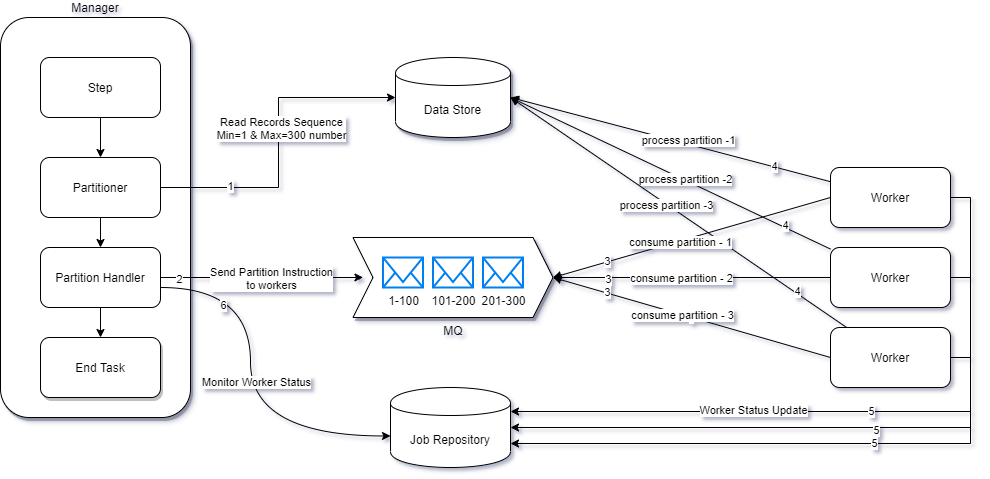
selva-dharmaraj/draw keeps this draw.io diagram as spring-batch-parallel-processing.png. Above is the earlier version. Source tidied: cells renumbered, new cells last; positions are measured from the earlier drawing's top-left corner, leaving out a move shared by most shapes.
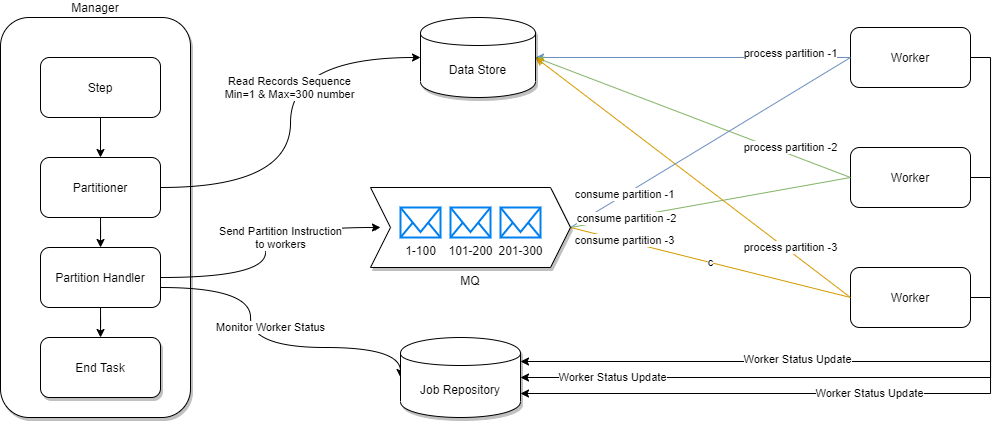
The same file after the commit.

Change to the diagram source:
```diff
@@ -2,180 +2,148 @@
   <root>
     <mxCell id="0" />
     <mxCell id="1" parent="0" />
-    <mxCell id="2" value="Manager" style="rounded=1;whiteSpace=wrap;html=1;shadow=1;labelPosition=center;verticalLabelPosition=top;align=center;verticalAlign=bottom;" parent="1" vertex="1">
+    <mxCell id="2" value="Manager" style="rounded=1;whiteSpace=wrap;html=1;shadow=1;labelPosition=center;verticalLabelPosition=top;align=center;verticalAlign=bottom;labelBorderColor=none;" parent="1" vertex="1">
       <mxGeometry width="190" height="400" as="geometry" />
     </mxCell>
-    <mxCell id="3" style="rounded=0;comic=0;jettySize=auto;html=1;entryX=1;entryY=0.3;entryDx=0;entryDy=0;exitX=1;exitY=0.5;exitDx=0;exitDy=0;edgeStyle=orthogonalEdgeStyle;" parent="1" edge="1" source="9" target="46">
+    <mxCell id="3" style="rounded=0;comic=0;jettySize=auto;html=1;entryX=1;entryY=0.3;entryDx=0;entryDy=0;exitX=1;exitY=0.5;exitDx=0;exitDy=0;edgeStyle=orthogonalEdgeStyle;labelBorderColor=none;" parent="1" edge="1" source="9" target="46">
       <mxGeometry relative="1" as="geometry" />
     </mxCell>
-    <mxCell id="4" value="Worker Status Update" style="edgeLabel;html=1;align=center;verticalAlign=middle;" parent="3" vertex="1">
+    <mxCell id="4" value="Worker Status Update" style="edgeLabel;html=1;align=center;verticalAlign=middle;labelBorderColor=none;" parent="3" vertex="1">
       <mxGeometry x="0.3" y="-2" relative="1" as="geometry" />
     </mxCell>
-    <mxCell id="5" value="5" style="edgeLabel;html=1;align=center;verticalAlign=middle;" parent="3" vertex="1">
-      <mxGeometry x="-0.04" y="-1" relative="1" as="geometry" />
-    </mxCell>
-    <mxCell id="6" style="edgeStyle=none;rounded=0;comic=0;jettySize=auto;html=1;entryX=1;entryY=0.5;entryDx=0;entryDy=0;startArrow=none;startFill=0;endArrow=classic;endFill=1;" parent="1" edge="1" source="9" target="48">
+    <mxCell id="6" style="edgeStyle=none;rounded=0;comic=0;jettySize=auto;html=1;entryX=1;entryY=0.5;entryDx=0;entryDy=0;startArrow=none;startFill=0;endArrow=classic;endFill=1;fillColor=#dae8fc;strokeColor=#6c8ebf;labelBorderColor=none;" parent="1" edge="1" source="9" target="48">
       <mxGeometry relative="1" as="geometry" />
     </mxCell>
-    <mxCell id="7" value="process partition -1" style="edgeLabel;html=1;align=center;verticalAlign=middle;" parent="6" vertex="1">
-      <mxGeometry x="-0.11" y="-4" relative="1" as="geometry" />
+    <mxCell id="7" value="process partition -1" style="edgeLabel;html=1;align=center;verticalAlign=middle;labelBorderColor=none;" parent="6" vertex="1">
+      <mxGeometry x="-0.11" y="-4" relative="1" as="geometry">
+        <mxPoint x="80.6" as="offset" />
+      </mxGeometry>
     </mxCell>
-    <mxCell id="8" value="4" style="edgeLabel;html=1;align=center;verticalAlign=middle;" parent="6" vertex="1">
-      <mxGeometry x="-0.64" y="-1" relative="1" as="geometry" />
-    </mxCell>
-    <mxCell id="9" value="Worker" style="rounded=1;whiteSpace=wrap;html=1;" parent="1" vertex="1">
-      <mxGeometry x="830" y="150" width="120" height="60" as="geometry" />
+    <mxCell id="9" value="Worker" style="rounded=1;whiteSpace=wrap;html=1;labelBorderColor=none;" parent="1" vertex="1">
+      <mxGeometry x="850" y="10" width="120" height="60" as="geometry" />
     </mxCell>
-    <mxCell id="10" style="rounded=0;comic=0;jettySize=auto;html=1;entryX=1;entryY=0.7;entryDx=0;entryDy=0;exitX=1;exitY=0.5;exitDx=0;exitDy=0;edgeStyle=orthogonalEdgeStyle;" parent="1" edge="1" source="15" target="46">
+    <mxCell id="10" style="rounded=0;comic=0;jettySize=auto;html=1;entryX=1;entryY=0.7;entryDx=0;entryDy=0;exitX=1;exitY=0.5;exitDx=0;exitDy=0;edgeStyle=orthogonalEdgeStyle;labelBorderColor=none;" parent="1" edge="1" source="15" target="46">
       <mxGeometry relative="1" as="geometry" />
     </mxCell>
-    <mxCell id="11" value="5" style="edgeLabel;html=1;align=center;verticalAlign=middle;" parent="10" vertex="1">
-      <mxGeometry x="-0.12" y="-1" relative="1" as="geometry" />
-    </mxCell>
+    <mxCell id="53" value="Worker Status Update" style="edgeLabel;html=1;align=center;verticalAlign=middle;labelBorderColor=none;" parent="10" vertex="1">
+      <mxGeometry x="0.01" relative="1" as="geometry" />
+    </mxCell>
-    <mxCell id="12" style="edgeStyle=none;rounded=0;comic=0;jettySize=auto;html=1;entryX=1;entryY=0.5;entryDx=0;entryDy=0;startArrow=none;startFill=0;endArrow=classic;endFill=1;" parent="1" edge="1" source="15" target="48">
+    <mxCell id="12" style="edgeStyle=none;rounded=0;comic=0;jettySize=auto;html=1;entryX=1;entryY=0.5;entryDx=0;entryDy=0;startArrow=none;startFill=0;endArrow=classic;endFill=1;exitX=0;exitY=0.5;exitDx=0;exitDy=0;fillColor=#d5e8d4;strokeColor=#82b366;labelBorderColor=none;" parent="1" edge="1" source="15" target="48">
       <mxGeometry relative="1" as="geometry" />
     </mxCell>
-    <mxCell id="13" value="process partition -2" style="edgeLabel;html=1;align=center;verticalAlign=middle;" parent="12" vertex="1">
-      <mxGeometry x="-0.09" y="-1" relative="1" as="geometry" />
+    <mxCell id="13" value="process partition -2" style="edgeLabel;html=1;align=center;verticalAlign=middle;labelBorderColor=none;" parent="12" vertex="1">
+      <mxGeometry x="-0.09" y="-1" relative="1" as="geometry">
+        <mxPoint x="82.8" y="25.4" as="offset" />
+      </mxGeometry>
     </mxCell>
-    <mxCell id="14" value="4" style="edgeLabel;html=1;align=center;verticalAlign=middle;" parent="12" vertex="1">
-      <mxGeometry x="-0.71" y="-2" relative="1" as="geometry" />
-    </mxCell>
-    <mxCell id="15" value="Worker" style="rounded=1;whiteSpace=wrap;html=1;" parent="1" vertex="1">
-      <mxGeometry x="830" y="230" width="120" height="60" as="geometry" />
+    <mxCell id="15" value="Worker" style="rounded=1;whiteSpace=wrap;html=1;labelBorderColor=none;" parent="1" vertex="1">
+      <mxGeometry x="850" y="130" width="120" height="60" as="geometry" />
     </mxCell>
-    <mxCell id="16" style="rounded=0;comic=0;jettySize=auto;html=1;entryX=1;entryY=0.5;entryDx=0;entryDy=0;exitX=1;exitY=0.5;exitDx=0;exitDy=0;elbow=vertical;edgeStyle=orthogonalEdgeStyle;" parent="1" edge="1" source="21" target="46">
+    <mxCell id="16" style="rounded=0;comic=0;jettySize=auto;html=1;entryX=1;entryY=0.5;entryDx=0;entryDy=0;exitX=1;exitY=0.5;exitDx=0;exitDy=0;elbow=vertical;edgeStyle=orthogonalEdgeStyle;labelBorderColor=none;" parent="1" edge="1" source="21" target="46">
       <mxGeometry relative="1" as="geometry" />
     </mxCell>
-    <mxCell id="17" value="5" style="edgeLabel;html=1;align=center;verticalAlign=middle;" parent="16" vertex="1">
-      <mxGeometry x="-0.33" y="2" relative="1" as="geometry" />
-    </mxCell>
+    <mxCell id="54" value="Worker Status Update" style="edgeLabel;html=1;align=center;verticalAlign=middle;labelBorderColor=none;" parent="16" vertex="1">
+      <mxGeometry x="0.68" relative="1" as="geometry" />
+    </mxCell>
-    <mxCell id="18" style="edgeStyle=none;rounded=0;comic=0;jettySize=auto;html=1;entryX=1;entryY=0.5;entryDx=0;entryDy=0;startArrow=none;startFill=0;endArrow=classic;endFill=1;" parent="1" edge="1" source="21" target="48">
+    <mxCell id="18" style="edgeStyle=none;rounded=0;comic=0;jettySize=auto;html=1;entryX=1;entryY=0.5;entryDx=0;entryDy=0;startArrow=none;startFill=0;endArrow=classic;endFill=1;exitX=0;exitY=0.5;exitDx=0;exitDy=0;fillColor=#ffe6cc;strokeColor=#d79b00;labelBorderColor=none;" parent="1" edge="1" source="21" target="48">
       <mxGeometry relative="1" as="geometry" />
     </mxCell>
-    <mxCell id="19" value="process partition -3" style="edgeLabel;html=1;align=center;verticalAlign=middle;" parent="18" vertex="1">
+    <mxCell id="19" value="process partition -3" style="edgeLabel;html=1;align=center;verticalAlign=middle;labelBorderColor=none;" parent="18" vertex="1">
       <mxGeometry x="0.07" y="2" relative="1" as="geometry">
-        <mxPoint y="-1" as="offset" />
+        <mxPoint x="109.8" y="76.9" as="offset" />
       </mxGeometry>
     </mxCell>
-    <mxCell id="20" value="4" style="edgeLabel;html=1;align=center;verticalAlign=middle;" parent="18" vertex="1">
-      <mxGeometry x="-0.7" y="-2" relative="1" as="geometry" />
-    </mxCell>
-    <mxCell id="21" value="Worker" style="rounded=1;whiteSpace=wrap;html=1;" parent="1" vertex="1">
-      <mxGeometry x="830" y="310" width="120" height="60" as="geometry" />
+    <mxCell id="21" value="Worker" style="rounded=1;whiteSpace=wrap;html=1;labelBorderColor=none;" parent="1" vertex="1">
+      <mxGeometry x="850" y="250" width="120" height="60" as="geometry" />
     </mxCell>
-    <mxCell id="22" style="edgeStyle=orthogonalEdgeStyle;rounded=0;jettySize=auto;html=1;" parent="1" edge="1" source="23" target="28">
+    <mxCell id="22" style="edgeStyle=orthogonalEdgeStyle;rounded=0;jettySize=auto;html=1;labelBorderColor=none;" parent="1" edge="1" source="23" target="28">
       <mxGeometry relative="1" as="geometry" />
     </mxCell>
-    <mxCell id="23" value="Step" style="rounded=1;whiteSpace=wrap;html=1;" parent="1" vertex="1">
+    <mxCell id="23" value="Step" style="rounded=1;whiteSpace=wrap;html=1;labelBorderColor=none;" parent="1" vertex="1">
       <mxGeometry x="40" y="40" width="120" height="60" as="geometry" />
     </mxCell>
-    <mxCell id="24" style="edgeStyle=orthogonalEdgeStyle;rounded=0;jettySize=auto;html=1;" parent="1" edge="1" source="28" target="36">
+    <mxCell id="24" style="edgeStyle=orthogonalEdgeStyle;rounded=0;jettySize=auto;html=1;labelBorderColor=none;" parent="1" edge="1" source="28" target="36">
       <mxGeometry relative="1" as="geometry" />
     </mxCell>
-    <mxCell id="25" style="edgeStyle=orthogonalEdgeStyle;rounded=0;comic=0;jettySize=auto;html=1;entryX=0;entryY=0.5;entryDx=0;entryDy=0;" parent="1" edge="1" source="28" target="48">
-      <mxGeometry relative="1" as="geometry">
-        <Array as="points">
-          <mxPoint x="278" y="170" />
-          <mxPoint x="278" y="80" />
-        </Array>
-      </mxGeometry>
+    <mxCell id="25" style="edgeStyle=orthogonalEdgeStyle;rounded=0;comic=0;jettySize=auto;html=1;entryX=0;entryY=0.5;entryDx=0;entryDy=0;curved=1;labelBorderColor=none;" parent="1" edge="1" source="28" target="48">
+      <mxGeometry relative="1" as="geometry" />
     </mxCell>
-    <mxCell id="26" value="Read Records Sequence&lt;br&gt;Min=1 &amp;amp; Max=300 number" style="edgeLabel;html=1;align=center;verticalAlign=middle;" parent="25" vertex="1">
+    <mxCell id="26" value="Read Records Sequence&lt;br&gt;Min=1 &amp;amp; Max=300 number" style="edgeLabel;html=1;align=center;verticalAlign=middle;labelBorderColor=none;" parent="25" vertex="1">
       <mxGeometry x="0.49" relative="1" as="geometry">
         <mxPoint x="-32" y="30" as="offset" />
       </mxGeometry>
     </mxCell>
-    <mxCell id="27" value="1" style="edgeLabel;html=1;align=center;verticalAlign=middle;" parent="25" vertex="1">
-      <mxGeometry x="-0.58" y="2" relative="1" as="geometry" />
-    </mxCell>
-    <mxCell id="28" value="Partitioner" style="rounded=1;whiteSpace=wrap;html=1;" parent="1" vertex="1">
+    <mxCell id="28" value="Partitioner" style="rounded=1;whiteSpace=wrap;html=1;labelBorderColor=none;" parent="1" vertex="1">
       <mxGeometry x="40" y="140" width="120" height="60" as="geometry" />
     </mxCell>
-    <mxCell id="29" style="edgeStyle=orthogonalEdgeStyle;rounded=0;jettySize=auto;html=1;comic=1;curved=1;entryX=0.05;entryY=0.5;entryDx=0;entryDy=0;entryPerimeter=0;" parent="1" edge="1" source="36" target="49">
+    <mxCell id="29" style="edgeStyle=orthogonalEdgeStyle;rounded=0;jettySize=auto;html=1;comic=1;curved=1;entryX=0.05;entryY=0.5;entryDx=0;entryDy=0;entryPerimeter=0;labelBorderColor=none;" parent="1" edge="1" source="36" target="49">
       <mxGeometry relative="1" as="geometry" />
     </mxCell>
-    <mxCell id="30" value="Send Partition Instruction&lt;br&gt;to workers" style="edgeLabel;html=1;align=center;verticalAlign=middle;" parent="29" vertex="1">
+    <mxCell id="30" value="Send Partition Instruction&lt;br&gt;to workers" style="edgeLabel;html=1;align=center;verticalAlign=middle;labelBorderColor=none;" parent="29" vertex="1">
       <mxGeometry x="-0.17" y="-1" relative="1" as="geometry">
-        <mxPoint x="26" y="-1" as="offset" />
+        <mxPoint x="14" y="-33" as="offset" />
       </mxGeometry>
     </mxCell>
-    <mxCell id="31" value="2" style="edgeLabel;html=1;align=center;verticalAlign=middle;" parent="29" vertex="1">
-      <mxGeometry x="-0.82" y="-1" relative="1" as="geometry" />
-    </mxCell>
-    <mxCell id="32" style="edgeStyle=orthogonalEdgeStyle;rounded=0;comic=0;jettySize=auto;html=1;" parent="1" edge="1" source="36" target="47">
+    <mxCell id="32" style="edgeStyle=orthogonalEdgeStyle;rounded=0;comic=0;jettySize=auto;html=1;labelBorderColor=none;" parent="1" edge="1" source="36" target="47">
       <mxGeometry relative="1" as="geometry" />
     </mxCell>
-    <mxCell id="33" style="edgeStyle=orthogonalEdgeStyle;rounded=0;comic=0;jettySize=auto;html=1;entryX=0;entryY=0.606;entryDx=0;entryDy=0;entryPerimeter=0;elbow=vertical;curved=1;" parent="1" edge="1" source="36" target="46">
+    <mxCell id="33" style="edgeStyle=orthogonalEdgeStyle;rounded=0;comic=0;jettySize=auto;html=1;entryX=0;entryY=0.5;entryDx=0;entryDy=0;elbow=vertical;curved=1;labelBorderColor=none;" parent="1" edge="1" source="36" target="46">
       <mxGeometry relative="1" as="geometry">
         <Array as="points">
           <mxPoint x="250" y="270" />
-          <mxPoint x="250" y="419" />
+          <mxPoint x="250" y="330" />
+          <mxPoint x="400" y="330" />
         </Array>
       </mxGeometry>
     </mxCell>
-    <mxCell id="34" value="Monitor Worker Status" style="edgeLabel;html=1;align=center;verticalAlign=middle;" parent="33" vertex="1">
-      <mxGeometry x="-0.03" y="5" relative="1" as="geometry" />
+    <mxCell id="34" value="Monitor Worker Status" style="edgeLabel;html=1;align=center;verticalAlign=middle;labelBorderColor=none;" parent="33" vertex="1">
+      <mxGeometry x="-0.03" y="5" relative="1" as="geometry">
+        <mxPoint x="9.4" y="-15" as="offset" />
+      </mxGeometry>
     </mxCell>
-    <mxCell id="35" value="6" style="edgeLabel;html=1;align=center;verticalAlign=middle;" parent="33" vertex="1">
-      <mxGeometry x="-0.67" y="-17" relative="1" as="geometry" />
-    </mxCell>
-    <mxCell id="36" value="Partition Handler" style="rounded=1;whiteSpace=wrap;html=1;" parent="1" vertex="1">
+    <mxCell id="36" value="Partition Handler" style="rounded=1;whiteSpace=wrap;html=1;labelBorderColor=none;" parent="1" vertex="1">
       <mxGeometry x="40" y="230" width="120" height="60" as="geometry" />
     </mxCell>
-    <mxCell id="37" style="rounded=0;comic=0;jettySize=auto;html=1;entryX=0;entryY=0.5;entryDx=0;entryDy=0;exitX=1;exitY=0.5;exitDx=0;exitDy=0;endArrow=none;endFill=0;startArrow=classic;startFill=1;" parent="1" edge="1" source="49" target="9">
+    <mxCell id="37" style="rounded=0;comic=0;jettySize=auto;html=1;entryX=0;entryY=0.5;entryDx=0;entryDy=0;exitX=1;exitY=0.5;exitDx=0;exitDy=0;endArrow=none;endFill=0;startArrow=none;startFill=0;fillColor=#dae8fc;strokeColor=#6c8ebf;labelBorderColor=none;" parent="1" edge="1" source="49" target="9">
       <mxGeometry relative="1" as="geometry" />
     </mxCell>
-    <mxCell id="38" value="consume partition - 1" style="edgeLabel;html=1;align=center;verticalAlign=middle;" parent="37" vertex="1">
-      <mxGeometry x="-0.09" relative="1" as="geometry">
-        <mxPoint y="1" as="offset" />
-      </mxGeometry>
-    </mxCell>
-    <mxCell id="39" value="3" style="edgeLabel;html=1;align=center;verticalAlign=middle;" parent="37" vertex="1">
+    <mxCell id="39" value="consume partition -1" style="edgeLabel;html=1;align=center;verticalAlign=middle;labelBorderColor=none;" parent="37" vertex="1">
       <mxGeometry x="-0.61" y="1" relative="1" as="geometry" />
     </mxCell>
-    <mxCell id="40" style="rounded=0;comic=0;jettySize=auto;html=1;entryX=0;entryY=0.5;entryDx=0;entryDy=0;exitX=1;exitY=0.5;exitDx=0;exitDy=0;endArrow=none;endFill=0;startArrow=classic;startFill=1;" parent="1" edge="1" source="49" target="15">
+    <mxCell id="40" style="rounded=0;comic=0;jettySize=auto;html=1;entryX=0;entryY=0.5;entryDx=0;entryDy=0;exitX=1;exitY=0.5;exitDx=0;exitDy=0;endArrow=none;endFill=0;startArrow=none;startFill=0;fillColor=#d5e8d4;strokeColor=#82b366;labelBorderColor=none;" parent="1" edge="1" source="49" target="15">
       <mxGeometry relative="1" as="geometry" />
     </mxCell>
-    <mxCell id="41" value="consume partition - 2" style="edgeLabel;html=1;align=center;verticalAlign=middle;" parent="40" vertex="1">
-      <mxGeometry x="-0.08" relative="1" as="geometry">
-        <mxPoint x="1" as="offset" />
-      </mxGeometry>
-    </mxCell>
-    <mxCell id="42" value="3" style="edgeLabel;html=1;align=center;verticalAlign=middle;" parent="40" vertex="1">
+    <mxCell id="42" value="consume partition -2" style="edgeLabel;html=1;align=center;verticalAlign=middle;labelBorderColor=none;" parent="40" vertex="1">
       <mxGeometry x="-0.61" y="-1" relative="1" as="geometry" />
     </mxCell>
-    <mxCell id="43" value="c" style="rounded=0;comic=0;jettySize=auto;html=1;entryX=0;entryY=0.5;entryDx=0;entryDy=0;exitX=1;exitY=0.5;exitDx=0;exitDy=0;endArrow=none;endFill=0;startArrow=classic;startFill=1;" parent="1" edge="1" source="49" target="21">
+    <mxCell id="43" value="c" style="rounded=0;comic=0;jettySize=auto;html=1;entryX=0;entryY=0.5;entryDx=0;entryDy=0;exitX=1;exitY=0.5;exitDx=0;exitDy=0;endArrow=none;endFill=0;startArrow=none;startFill=0;fillColor=#ffe6cc;strokeColor=#d79b00;labelBorderColor=none;" parent="1" edge="1" source="49" target="21">
       <mxGeometry relative="1" as="geometry" />
     </mxCell>
-    <mxCell id="44" value="consume partition - 3" style="edgeLabel;html=1;align=center;verticalAlign=middle;" parent="43" vertex="1">
-      <mxGeometry x="-0.07" relative="1" as="geometry" />
-    </mxCell>
-    <mxCell id="45" value="3" style="edgeLabel;html=1;align=center;verticalAlign=middle;" parent="43" vertex="1">
+    <mxCell id="45" value="consume partition -3" style="edgeLabel;html=1;align=center;verticalAlign=middle;labelBorderColor=none;" parent="43" vertex="1">
       <mxGeometry x="-0.62" relative="1" as="geometry">
         <mxPoint y="-1" as="offset" />
       </mxGeometry>
     </mxCell>
-    <mxCell id="46" value="Job Repository" style="shape=cylinder;whiteSpace=wrap;html=1;boundedLbl=1;backgroundOutline=1;" parent="1" vertex="1">
-      <mxGeometry x="390" y="370" width="120" height="80" as="geometry" />
+    <mxCell id="46" value="Job Repository" style="shape=cylinder;whiteSpace=wrap;html=1;boundedLbl=1;backgroundOutline=1;shadow=1;labelBorderColor=none;" parent="1" vertex="1">
+      <mxGeometry x="400" y="320" width="120" height="80" as="geometry" />
     </mxCell>
-    <mxCell id="47" value="End Task" style="rounded=1;whiteSpace=wrap;html=1;shadow=1;" parent="1" vertex="1">
+    <mxCell id="47" value="End Task" style="rounded=1;whiteSpace=wrap;html=1;shadow=1;labelBorderColor=none;" parent="1" vertex="1">
       <mxGeometry x="40" y="320" width="120" height="60" as="geometry" />
     </mxCell>
-    <mxCell id="48" value="Data Store" style="shape=cylinder;whiteSpace=wrap;html=1;boundedLbl=1;backgroundOutline=1;shadow=1;" parent="1" vertex="1">
-      <mxGeometry x="395" y="40" width="115" height="80" as="geometry" />
+    <mxCell id="48" value="Data Store" style="shape=cylinder;whiteSpace=wrap;html=1;boundedLbl=1;backgroundOutline=1;shadow=1;labelBorderColor=none;" parent="1" vertex="1">
+      <mxGeometry x="420" width="115" height="80" as="geometry" />
     </mxCell>
-    <mxCell id="49" value="MQ" style="shape=step;perimeter=stepPerimeter;whiteSpace=wrap;html=1;fixedSize=1;shadow=1;labelPosition=center;verticalLabelPosition=bottom;align=center;verticalAlign=top;" parent="1" vertex="1">
-      <mxGeometry x="352.5" y="220" width="200" height="80" as="geometry" />
+    <mxCell id="49" value="MQ" style="shape=step;perimeter=stepPerimeter;whiteSpace=wrap;html=1;fixedSize=1;shadow=1;labelPosition=center;verticalLabelPosition=bottom;align=center;verticalAlign=top;labelBorderColor=none;" parent="1" vertex="1">
+      <mxGeometry x="370" y="170" width="200" height="80" as="geometry" />
     </mxCell>
-    <mxCell id="50" value="1-100" style="html=1;verticalLabelPosition=bottom;align=center;labelBackgroundColor=#ffffff;verticalAlign=top;strokeWidth=2;strokeColor=#0080F0;shadow=0;dashed=0;shape=mxgraph.ios7.icons.mail;" parent="1" vertex="1">
-      <mxGeometry x="382.5" y="240" width="40" height="30" as="geometry" />
+    <mxCell id="50" value="1-100" style="html=1;verticalLabelPosition=bottom;align=center;labelBackgroundColor=#ffffff;verticalAlign=top;strokeWidth=2;strokeColor=#0080F0;shadow=0;dashed=0;shape=mxgraph.ios7.icons.mail;labelBorderColor=none;" parent="1" vertex="1">
+      <mxGeometry x="400" y="190" width="40" height="30" as="geometry" />
     </mxCell>
-    <mxCell id="51" value="101-200" style="html=1;verticalLabelPosition=bottom;align=center;labelBackgroundColor=#ffffff;verticalAlign=top;strokeWidth=2;strokeColor=#0080F0;shadow=0;dashed=0;shape=mxgraph.ios7.icons.mail;" parent="1" vertex="1">
-      <mxGeometry x="432.5" y="240" width="40" height="30" as="geometry" />
+    <mxCell id="51" value="101-200" style="html=1;verticalLabelPosition=bottom;align=center;labelBackgroundColor=#ffffff;verticalAlign=top;strokeWidth=2;strokeColor=#0080F0;shadow=0;dashed=0;shape=mxgraph.ios7.icons.mail;labelBorderColor=none;" parent="1" vertex="1">
+      <mxGeometry x="450" y="190" width="40" height="30" as="geometry" />
     </mxCell>
-    <mxCell id="52" value="201-300" style="html=1;verticalLabelPosition=bottom;align=center;labelBackgroundColor=#ffffff;verticalAlign=top;strokeWidth=2;strokeColor=#0080F0;shadow=0;dashed=0;shape=mxgraph.ios7.icons.mail;" parent="1" vertex="1">
-      <mxGeometry x="482.5" y="240" width="40" height="30" as="geometry" />
+    <mxCell id="52" value="201-300" style="html=1;verticalLabelPosition=bottom;align=center;labelBackgroundColor=#ffffff;verticalAlign=top;strokeWidth=2;strokeColor=#0080F0;shadow=0;dashed=0;shape=mxgraph.ios7.icons.mail;labelBorderColor=none;" parent="1" vertex="1">
+      <mxGeometry x="500" y="190" width="40" height="30" as="geometry" />
     </mxCell>
   </root>
 </mxGraphModel>
```
